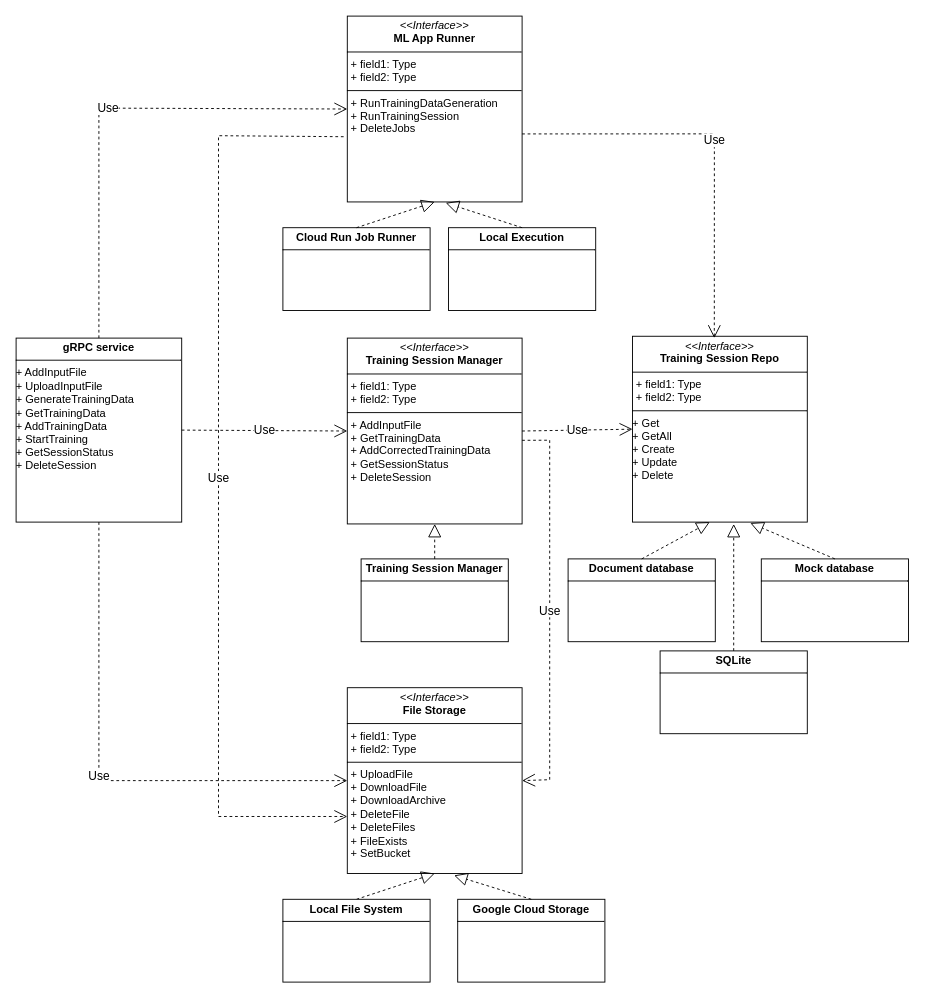
Earlier version of the draw.io diagram interface.drawio (thomaskrut/thomaskrut). Source tidied: cells renumbered, new cells numbered last; positions are measured from the earlier drawing's top-left corner, leaving out a move shared by most shapes. Both pictures are drawn from the tidied source at 92%, with x=0, y=0 at pixel (16, 16).
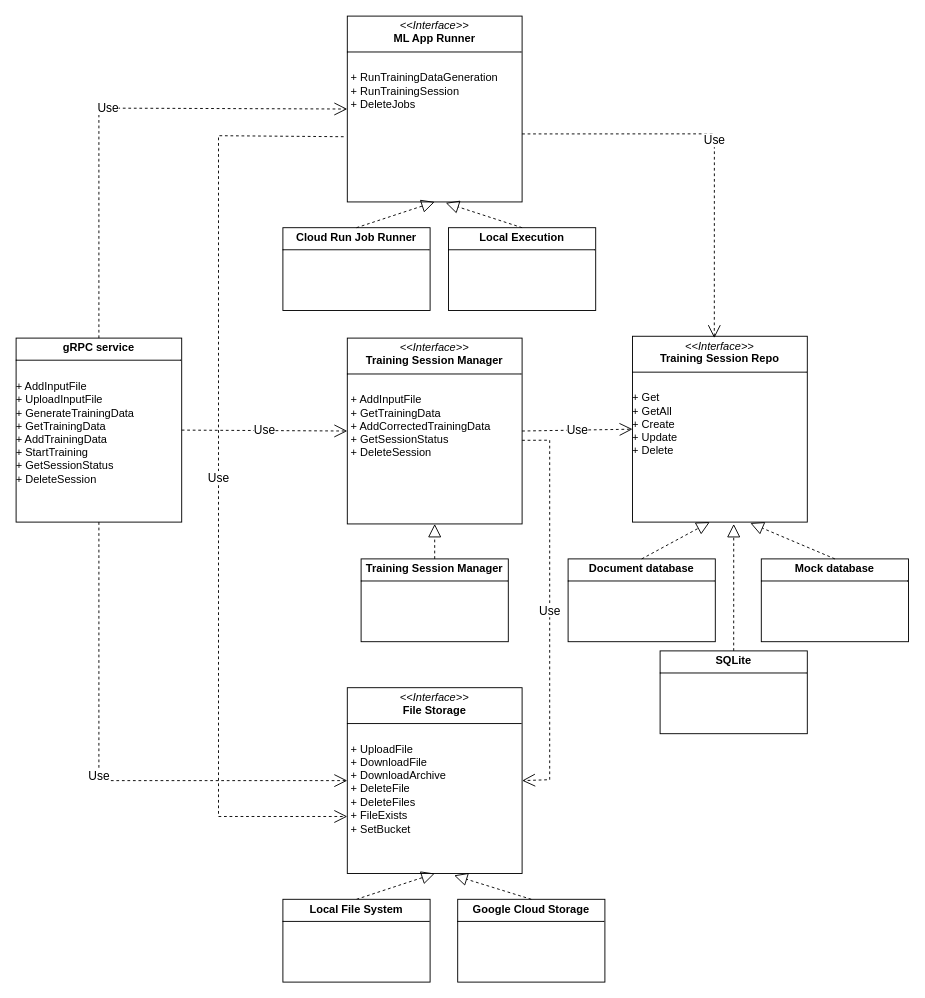
Above is the later version.

Diff of the diagram source:
```diff
@@
-    <mxCell id="2" value="&lt;p style=&quot;margin:0px;margin-top:4px;text-align:center;&quot;&gt;&lt;b&gt;gRPC service&lt;/b&gt;&lt;br&gt;&lt;/p&gt;&lt;hr size=&quot;1&quot; style=&quot;border-style:solid;&quot;&gt;&lt;div&gt;+ AddInputFile&lt;/div&gt;&lt;div&gt;+ UploadInputFile&lt;/div&gt;&lt;div&gt;+ GenerateTrainingData&lt;/div&gt;&lt;div&gt;+ GetTrainingData&lt;/div&gt;&lt;div&gt;+ AddTrainingData&lt;/div&gt;&lt;div&gt;+ StartTraining&lt;/div&gt;&lt;div&gt;+ GetSessionStatus&lt;/div&gt;&lt;div&gt;+ DeleteSession&lt;br&gt;&lt;/div&gt;" style="verticalAlign=top;align=left;overflow=fill;html=1;whiteSpace=wrap;" parent="1" vertex="1">
+    <mxCell id="2" value="&lt;p style=&quot;margin:0px;margin-top:4px;text-align:center;&quot;&gt;&lt;b&gt;gRPC service&lt;/b&gt;&lt;br&gt;&lt;/p&gt;&lt;hr size=&quot;1&quot; style=&quot;border-style:solid;&quot;&gt;&lt;div&gt;&lt;br&gt;&lt;/div&gt;&lt;div&gt;+ AddInputFile&lt;/div&gt;&lt;div&gt;+ UploadInputFile&lt;/div&gt;&lt;div&gt;+ GenerateTrainingData&lt;/div&gt;&lt;div&gt;+ GetTrainingData&lt;/div&gt;&lt;div&gt;+ AddTrainingData&lt;/div&gt;&lt;div&gt;+ StartTraining&lt;/div&gt;&lt;div&gt;+ GetSessionStatus&lt;/div&gt;&lt;div&gt;+ DeleteSession&lt;br&gt;&lt;/div&gt;" style="verticalAlign=top;align=left;overflow=fill;html=1;whiteSpace=wrap;" parent="1" vertex="1">
       <mxGeometry y="350" width="180" height="200" as="geometry" />
     </mxCell>
-    <mxCell id="3" value="&lt;p style=&quot;margin:0px;margin-top:4px;text-align:center;&quot;&gt;&lt;i&gt;&amp;lt;&amp;lt;Interface&amp;gt;&amp;gt;&lt;/i&gt;&lt;br&gt;&lt;b&gt;File Storage&lt;/b&gt;&lt;br&gt;&lt;/p&gt;&lt;hr size=&quot;1&quot; style=&quot;border-style:solid;&quot;&gt;&lt;p style=&quot;margin:0px;margin-left:4px;&quot;&gt;+ field1: Type&lt;br&gt;+ field2: Type&lt;/p&gt;&lt;hr size=&quot;1&quot; style=&quot;border-style:solid;&quot;&gt;&lt;p style=&quot;margin:0px;margin-left:4px;&quot;&gt;+ UploadFile&lt;/p&gt;&lt;p style=&quot;margin:0px;margin-left:4px;&quot;&gt;+ DownloadFile&lt;/p&gt;&lt;p style=&quot;margin:0px;margin-left:4px;&quot;&gt;+ DownloadArchive&lt;/p&gt;&lt;p style=&quot;margin:0px;margin-left:4px;&quot;&gt;+ DeleteFile&lt;/p&gt;&lt;p style=&quot;margin:0px;margin-left:4px;&quot;&gt;+ DeleteFiles&lt;/p&gt;&lt;p style=&quot;margin:0px;margin-left:4px;&quot;&gt;+ FileExists&lt;/p&gt;&lt;p style=&quot;margin:0px;margin-left:4px;&quot;&gt;+ SetBucket&lt;br&gt;&lt;/p&gt;" style="verticalAlign=top;align=left;overflow=fill;html=1;whiteSpace=wrap;" parent="1" vertex="1">
+    <mxCell id="3" value="&lt;p style=&quot;margin:0px;margin-top:4px;text-align:center;&quot;&gt;&lt;i&gt;&amp;lt;&amp;lt;Interface&amp;gt;&amp;gt;&lt;/i&gt;&lt;br&gt;&lt;b&gt;File Storage&lt;/b&gt;&lt;br&gt;&lt;/p&gt;&lt;hr size=&quot;1&quot; style=&quot;border-style:solid;&quot;&gt;&lt;br&gt;&lt;p style=&quot;margin:0px;margin-left:4px;&quot;&gt;+ UploadFile&lt;/p&gt;&lt;p style=&quot;margin:0px;margin-left:4px;&quot;&gt;+ DownloadFile&lt;/p&gt;&lt;p style=&quot;margin:0px;margin-left:4px;&quot;&gt;+ DownloadArchive&lt;/p&gt;&lt;p style=&quot;margin:0px;margin-left:4px;&quot;&gt;+ DeleteFile&lt;/p&gt;&lt;p style=&quot;margin:0px;margin-left:4px;&quot;&gt;+ DeleteFiles&lt;/p&gt;&lt;p style=&quot;margin:0px;margin-left:4px;&quot;&gt;+ FileExists&lt;/p&gt;&lt;p style=&quot;margin:0px;margin-left:4px;&quot;&gt;+ SetBucket&lt;br&gt;&lt;/p&gt;" style="verticalAlign=top;align=left;overflow=fill;html=1;whiteSpace=wrap;" parent="1" vertex="1">
       <mxGeometry x="360" y="730" width="190" height="202" as="geometry" />
     </mxCell>
-    <mxCell id="4" value="&lt;p style=&quot;margin:0px;margin-top:4px;text-align:center;&quot;&gt;&lt;i&gt;&amp;lt;&amp;lt;Interface&amp;gt;&amp;gt;&lt;/i&gt;&lt;br&gt;&lt;b&gt;Training Session Manager&lt;/b&gt;&lt;br&gt;&lt;/p&gt;&lt;hr size=&quot;1&quot; style=&quot;border-style:solid;&quot;&gt;&lt;p style=&quot;margin:0px;margin-left:4px;&quot;&gt;+ field1: Type&lt;br&gt;+ field2: Type&lt;/p&gt;&lt;hr size=&quot;1&quot; style=&quot;border-style:solid;&quot;&gt;&lt;p style=&quot;margin:0px;margin-left:4px;&quot;&gt;+ AddInputFile&lt;/p&gt;&lt;p style=&quot;margin:0px;margin-left:4px;&quot;&gt;+ GetTrainingData&lt;/p&gt;&lt;p style=&quot;margin:0px;margin-left:4px;&quot;&gt;+ AddCorrectedTrainingData&lt;/p&gt;&lt;p style=&quot;margin:0px;margin-left:4px;&quot;&gt;+ GetSessionStatus&lt;/p&gt;&lt;p style=&quot;margin:0px;margin-left:4px;&quot;&gt;+ DeleteSession&lt;br&gt;&lt;/p&gt;" style="verticalAlign=top;align=left;overflow=fill;html=1;whiteSpace=wrap;" parent="1" vertex="1">
+    <mxCell id="4" value="&lt;p style=&quot;margin:0px;margin-top:4px;text-align:center;&quot;&gt;&lt;i&gt;&amp;lt;&amp;lt;Interface&amp;gt;&amp;gt;&lt;/i&gt;&lt;br&gt;&lt;b&gt;Training Session Manager&lt;/b&gt;&lt;br&gt;&lt;/p&gt;&lt;hr size=&quot;1&quot; style=&quot;border-style:solid;&quot;&gt;&lt;br&gt;&lt;p style=&quot;margin:0px;margin-left:4px;&quot;&gt;+ AddInputFile&lt;/p&gt;&lt;p style=&quot;margin:0px;margin-left:4px;&quot;&gt;+ GetTrainingData&lt;/p&gt;&lt;p style=&quot;margin:0px;margin-left:4px;&quot;&gt;+ AddCorrectedTrainingData&lt;/p&gt;&lt;p style=&quot;margin:0px;margin-left:4px;&quot;&gt;+ GetSessionStatus&lt;/p&gt;&lt;p style=&quot;margin:0px;margin-left:4px;&quot;&gt;+ DeleteSession&lt;br&gt;&lt;/p&gt;" style="verticalAlign=top;align=left;overflow=fill;html=1;whiteSpace=wrap;" parent="1" vertex="1">
       <mxGeometry x="360" y="350" width="190" height="202" as="geometry" />
     </mxCell>
-    <mxCell id="5" value="&lt;p style=&quot;margin:0px;margin-top:4px;text-align:center;&quot;&gt;&lt;i&gt;&amp;lt;&amp;lt;Interface&amp;gt;&amp;gt;&lt;/i&gt;&lt;br&gt;&lt;b&gt;ML App Runner&lt;/b&gt;&lt;br&gt;&lt;/p&gt;&lt;hr size=&quot;1&quot; style=&quot;border-style:solid;&quot;&gt;&lt;p style=&quot;margin:0px;margin-left:4px;&quot;&gt;+ field1: Type&lt;br&gt;+ field2: Type&lt;/p&gt;&lt;hr size=&quot;1&quot; style=&quot;border-style:solid;&quot;&gt;&lt;p style=&quot;margin:0px;margin-left:4px;&quot;&gt;+ RunTrainingDataGeneration&lt;/p&gt;&lt;p style=&quot;margin:0px;margin-left:4px;&quot;&gt;+ RunTrainingSession&lt;/p&gt;&lt;p style=&quot;margin:0px;margin-left:4px;&quot;&gt;+ DeleteJobs&lt;br&gt;&lt;/p&gt;" style="verticalAlign=top;align=left;overflow=fill;html=1;whiteSpace=wrap;" parent="1" vertex="1">
+    <mxCell id="5" value="&lt;p style=&quot;margin:0px;margin-top:4px;text-align:center;&quot;&gt;&lt;i&gt;&amp;lt;&amp;lt;Interface&amp;gt;&amp;gt;&lt;/i&gt;&lt;br&gt;&lt;b&gt;ML App Runner&lt;/b&gt;&lt;br&gt;&lt;/p&gt;&lt;hr size=&quot;1&quot; style=&quot;border-style:solid;&quot;&gt;&lt;br&gt;&lt;p style=&quot;margin:0px;margin-left:4px;&quot;&gt;+ RunTrainingDataGeneration&lt;/p&gt;&lt;p style=&quot;margin:0px;margin-left:4px;&quot;&gt;+ RunTrainingSession&lt;/p&gt;&lt;p style=&quot;margin:0px;margin-left:4px;&quot;&gt;+ DeleteJobs&lt;br&gt;&lt;/p&gt;" style="verticalAlign=top;align=left;overflow=fill;html=1;whiteSpace=wrap;" parent="1" vertex="1">
       <mxGeometry x="360" width="190" height="202" as="geometry" />
     </mxCell>
-    <mxCell id="6" value="&lt;p style=&quot;margin:0px;margin-top:4px;text-align:center;&quot;&gt;&lt;i&gt;&amp;lt;&amp;lt;Interface&amp;gt;&amp;gt;&lt;/i&gt;&lt;br&gt;&lt;b&gt;Training Session Repo&lt;/b&gt;&lt;br&gt;&lt;/p&gt;&lt;hr size=&quot;1&quot; style=&quot;border-style:solid;&quot;&gt;&lt;p style=&quot;margin:0px;margin-left:4px;&quot;&gt;+ field1: Type&lt;br&gt;+ field2: Type&lt;/p&gt;&lt;hr size=&quot;1&quot; style=&quot;border-style:solid;&quot;&gt;&lt;div&gt;+ Get&lt;/div&gt;&lt;div&gt;+ GetAll&lt;/div&gt;&lt;div&gt;+ Create&lt;/div&gt;&lt;div&gt;+ Update&lt;/div&gt;&lt;div&gt;+ Delete&lt;br&gt;&lt;/div&gt;" style="verticalAlign=top;align=left;overflow=fill;html=1;whiteSpace=wrap;" parent="1" vertex="1">
+    <mxCell id="6" value="&lt;p style=&quot;margin:0px;margin-top:4px;text-align:center;&quot;&gt;&lt;i&gt;&amp;lt;&amp;lt;Interface&amp;gt;&amp;gt;&lt;/i&gt;&lt;br&gt;&lt;b&gt;Training Session Repo&lt;/b&gt;&lt;br&gt;&lt;/p&gt;&lt;hr size=&quot;1&quot; style=&quot;border-style:solid;&quot;&gt;&lt;br&gt;&lt;div&gt;+ Get&lt;/div&gt;&lt;div&gt;+ GetAll&lt;/div&gt;&lt;div&gt;+ Create&lt;/div&gt;&lt;div&gt;+ Update&lt;/div&gt;&lt;div&gt;+ Delete&lt;br&gt;&lt;/div&gt;" style="verticalAlign=top;align=left;overflow=fill;html=1;whiteSpace=wrap;" parent="1" vertex="1">
       <mxGeometry x="670" y="348" width="190" height="202" as="geometry" />
     </mxCell>
```
